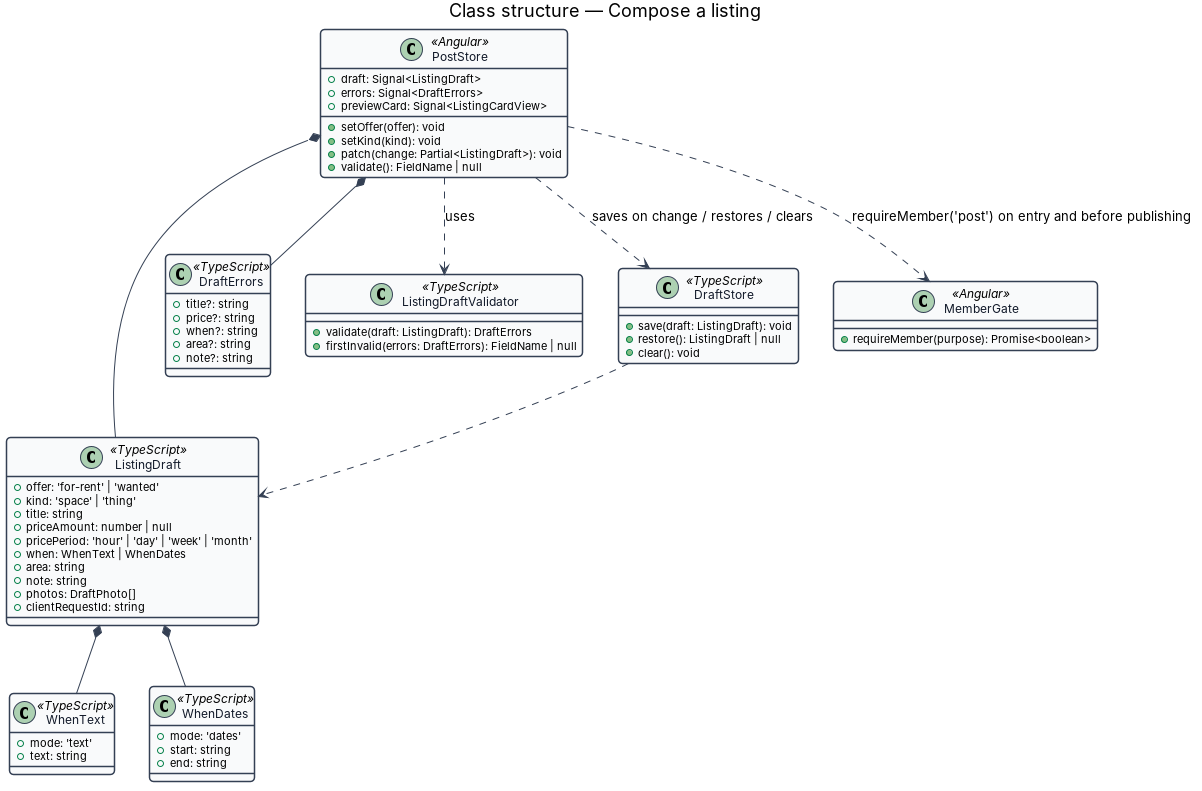
The PlantUML diagram docs/detailed-designs/post/compose-listing/diagrams/class-structure.png in QuinntyneBrown/christian-rent, before a commit. Its source is kept beside it as docs/detailed-designs/post/compose-listing/diagrams/class-structure.puml.
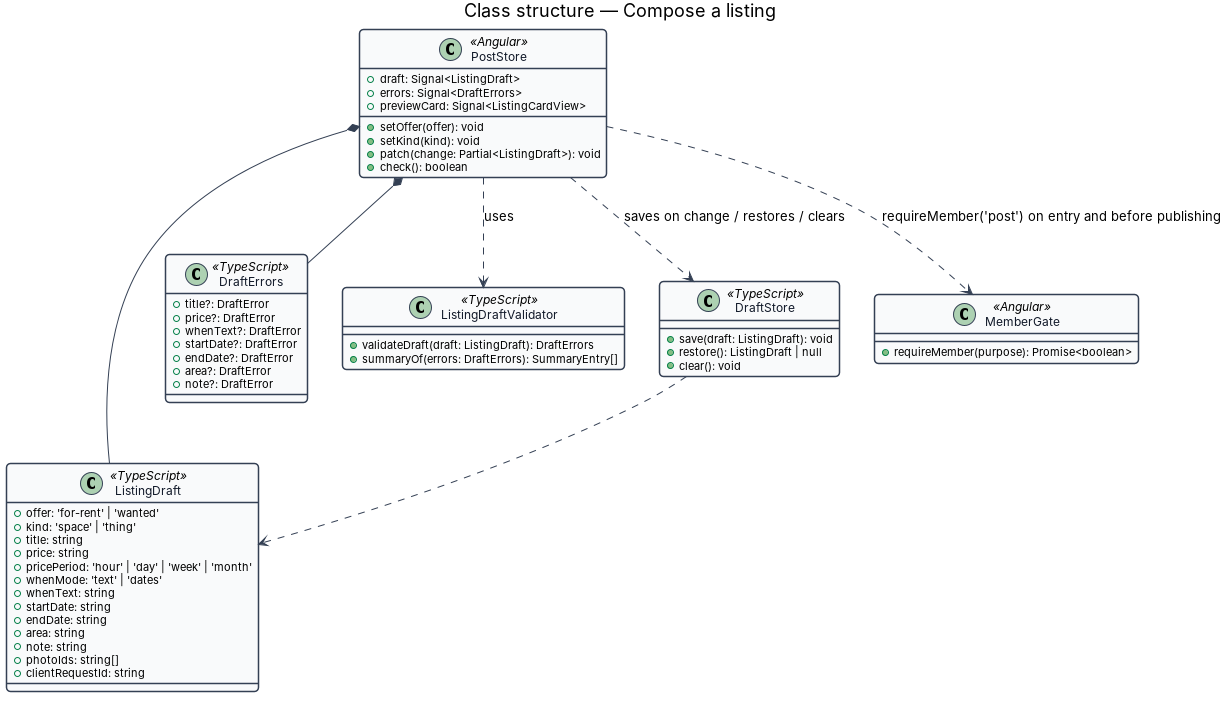
Above is the later version.

Change to the diagram source:
```diff
@@ -15,33 +15,29 @@
   +offer: 'for-rent' | 'wanted'
   +kind: 'space' | 'thing'
   +title: string
-  +priceAmount: number | null
+  +price: string
   +pricePeriod: 'hour' | 'day' | 'week' | 'month'
-  +when: WhenText | WhenDates
+  +whenMode: 'text' | 'dates'
+  +whenText: string
+  +startDate: string
+  +endDate: string
   +area: string
   +note: string
-  +photos: DraftPhoto[]
+  +photoIds: string[]
   +clientRequestId: string
 }
-class WhenText <<TypeScript>> {
-  +mode: 'text'
-  +text: string
-}
-class WhenDates <<TypeScript>> {
-  +mode: 'dates'
-  +start: string
-  +end: string
-}
 class DraftErrors <<TypeScript>> {
-  +title?: string
-  +price?: string
-  +when?: string
-  +area?: string
-  +note?: string
+  +title?: DraftError
+  +price?: DraftError
+  +whenText?: DraftError
+  +startDate?: DraftError
+  +endDate?: DraftError
+  +area?: DraftError
+  +note?: DraftError
 }
 class ListingDraftValidator <<TypeScript>> {
-  +validate(draft: ListingDraft): DraftErrors
-  +firstInvalid(errors: DraftErrors): FieldName | null
+  +validateDraft(draft: ListingDraft): DraftErrors
+  +summaryOf(errors: DraftErrors): SummaryEntry[]
 }
 class PostStore <<Angular>> {
   +draft: Signal<ListingDraft>
@@ -50,7 +46,7 @@
   +setOffer(offer): void
   +setKind(kind): void
   +patch(change: Partial<ListingDraft>): void
-  +validate(): FieldName | null
+  +check(): boolean
 }
 class DraftStore <<TypeScript>> {
   +save(draft: ListingDraft): void
@@ -63,8 +59,6 @@
 PostStore *-- ListingDraft
 PostStore *-- DraftErrors
 PostStore ..> ListingDraftValidator : uses
-ListingDraft *-- WhenText
-ListingDraft *-- WhenDates
 PostStore ..> DraftStore : saves on change / restores / clears
 PostStore ..> MemberGate : requireMember('post') on entry and before publishing
 DraftStore ..> ListingDraft
```
